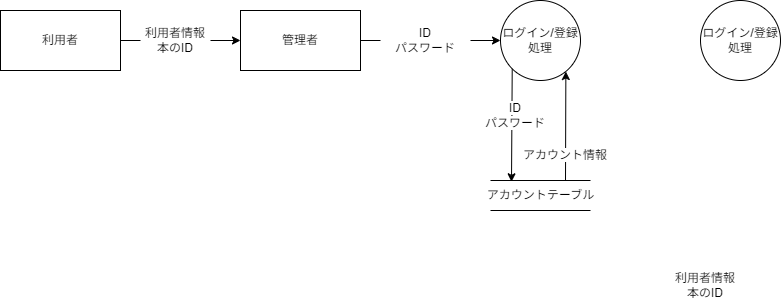
Above: documents/diagrams/DFD_レベル2_検索処理.drawio.png in OMEGA-himajin/book_database (draw.io), before the change. Source tidied: cells renumbered, new cells last; positions are measured from the earlier drawing's top-left corner, leaving out a move shared by most shapes. Its diagram source:
```xml
<mxGraphModel background="#ffffff">
  <root>
    <mxCell id="0" />
    <mxCell id="1" parent="0" />
    <mxCell id="2" style="edgeStyle=none;html=1;entryX=0;entryY=0.5;entryDx=0;entryDy=0;fontColor=#000000;strokeColor=#000000;startArrow=none;" parent="1" edge="1" source="7" target="4">
      <mxGeometry relative="1" as="geometry" />
    </mxCell>
    <mxCell id="3" value="&lt;font color=&quot;#000000&quot;&gt;利用者&lt;/font&gt;" style="rounded=0;whiteSpace=wrap;html=1;fillColor=none;strokeColor=#000000;" parent="1" vertex="1">
      <mxGeometry y="10" width="120" height="60" as="geometry" />
    </mxCell>
    <mxCell id="4" value="&lt;font color=&quot;#000000&quot;&gt;管理者&lt;/font&gt;" style="rounded=0;whiteSpace=wrap;html=1;fillColor=none;strokeColor=#000000;" parent="1" vertex="1">
      <mxGeometry x="240" y="10" width="120" height="60" as="geometry" />
    </mxCell>
    <mxCell id="5" style="edgeStyle=none;html=1;entryX=0;entryY=0.5;entryDx=0;entryDy=0;labelBackgroundColor=none;strokeColor=#000000;fontColor=#000000;endArrow=none;exitX=1;exitY=0.5;exitDx=0;exitDy=0;" parent="1" edge="1" source="4" target="8">
      <mxGeometry relative="1" as="geometry" />
    </mxCell>
    <mxCell id="6" style="edgeStyle=none;html=1;entryX=0;entryY=0.5;entryDx=0;entryDy=0;fontColor=#000000;strokeColor=#000000;endArrow=none;" parent="1" edge="1" source="3" target="7">
      <mxGeometry relative="1" as="geometry" />
    </mxCell>
    <mxCell id="7" value="&lt;font color=&quot;#000000&quot;&gt;利用者情報&lt;br&gt;本のID&lt;br&gt;&lt;/font&gt;" style="text;html=1;strokeColor=none;fillColor=none;align=center;verticalAlign=middle;whiteSpace=wrap;rounded=0;labelBackgroundColor=none;fontColor=#FFFFFF;" parent="1" vertex="1">
      <mxGeometry x="140" y="25" width="70" height="30" as="geometry" />
    </mxCell>
    <mxCell id="8" value="ID&lt;br&gt;パスワード" style="text;html=1;strokeColor=none;fillColor=none;align=center;verticalAlign=middle;whiteSpace=wrap;rounded=0;labelBackgroundColor=none;fontColor=#000000;" parent="1" vertex="1">
      <mxGeometry x="380" y="25" width="90" height="30" as="geometry" />
    </mxCell>
    <mxCell id="9" style="edgeStyle=none;html=1;entryX=0.21;entryY=0.043;entryDx=0;entryDy=0;fontColor=#000000;strokeColor=#000000;exitX=0;exitY=1;exitDx=0;exitDy=0;entryPerimeter=0;" parent="1" edge="1" source="10" target="13">
      <mxGeometry relative="1" as="geometry" />
    </mxCell>
    <mxCell id="10" value="ログイン/登録&lt;br&gt;処理" style="ellipse;whiteSpace=wrap;html=1;labelBackgroundColor=none;fontColor=#000000;fillColor=none;strokeColor=#000000;" parent="1" vertex="1">
      <mxGeometry x="500" width="80" height="80" as="geometry" />
    </mxCell>
    <mxCell id="11" style="edgeStyle=none;html=1;entryX=0;entryY=0.5;entryDx=0;entryDy=0;labelBackgroundColor=none;strokeColor=#000000;fontColor=#000000;startArrow=none;" parent="1" edge="1" source="8" target="10">
      <mxGeometry relative="1" as="geometry" />
    </mxCell>
    <mxCell id="12" style="edgeStyle=none;html=1;exitX=0.75;exitY=0;exitDx=0;exitDy=0;entryX=0.817;entryY=0.888;entryDx=0;entryDy=0;entryPerimeter=0;strokeColor=#000000;fontColor=#000000;" parent="1" edge="1" source="13" target="10">
      <mxGeometry relative="1" as="geometry" />
    </mxCell>
    <mxCell id="13" value="&lt;font color=&quot;#000000&quot;&gt;アカウントテーブル&lt;/font&gt;" style="html=1;dashed=0;whitespace=wrap;shape=partialRectangle;right=0;left=0;fillColor=none;strokeColor=#000000;" parent="1" vertex="1">
      <mxGeometry x="490" y="180" width="100" height="30" as="geometry" />
    </mxCell>
    <mxCell id="14" value="&lt;span style=&quot;background-color: rgb(255, 255, 255);&quot;&gt;ID&lt;br&gt;パスワード&lt;/span&gt;" style="text;html=1;strokeColor=none;fillColor=none;align=center;verticalAlign=middle;whiteSpace=wrap;rounded=0;labelBackgroundColor=none;fontColor=#000000;" parent="1" vertex="1">
      <mxGeometry x="470" y="100" width="90" height="30" as="geometry" />
    </mxCell>
    <mxCell id="15" value="&lt;span style=&quot;background-color: rgb(255, 255, 255);&quot;&gt;アカウント情報&lt;/span&gt;" style="text;html=1;strokeColor=none;fillColor=none;align=center;verticalAlign=middle;whiteSpace=wrap;rounded=0;labelBackgroundColor=none;fontColor=#000000;" parent="1" vertex="1">
      <mxGeometry x="520" y="140" width="90" height="30" as="geometry" />
    </mxCell>
    <mxCell id="16" value="&lt;font color=&quot;#000000&quot;&gt;利用者情報&lt;br&gt;本のID&lt;br&gt;&lt;/font&gt;" style="text;html=1;strokeColor=none;fillColor=none;align=center;verticalAlign=middle;whiteSpace=wrap;rounded=0;labelBackgroundColor=none;fontColor=#FFFFFF;" parent="1" vertex="1">
      <mxGeometry x="670" y="270" width="70" height="30" as="geometry" />
    </mxCell>
    <mxCell id="17" value="ログイン/登録&lt;br&gt;処理" style="ellipse;whiteSpace=wrap;html=1;labelBackgroundColor=none;fontColor=#000000;fillColor=none;strokeColor=#000000;" parent="1" vertex="1">
      <mxGeometry x="700" width="80" height="80" as="geometry" />
    </mxCell>
  </root>
</mxGraphModel>
```
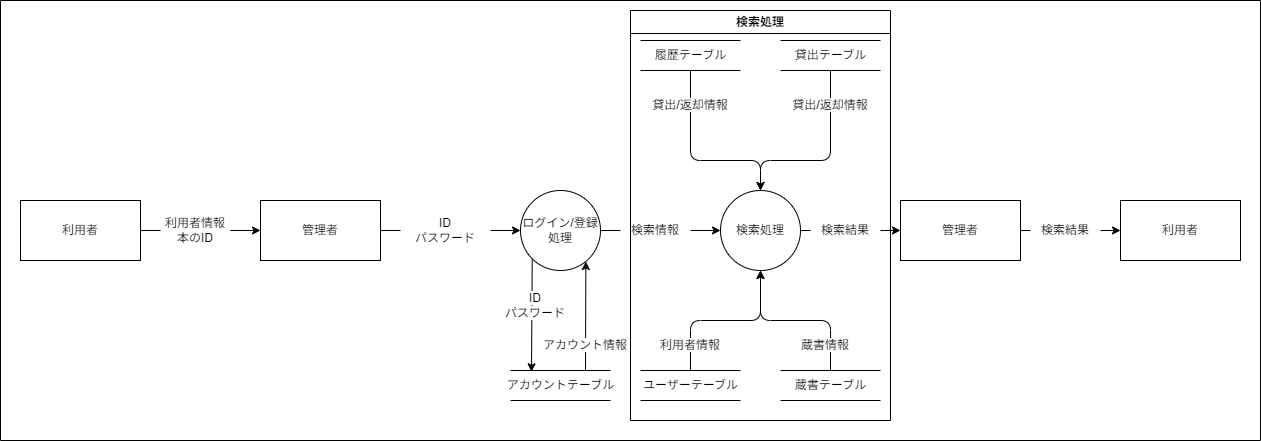
After the change.

What changed in the source:
```diff
@@ -26,6 +26,9 @@
     <mxCell id="9" style="edgeStyle=none;html=1;entryX=0.21;entryY=0.043;entryDx=0;entryDy=0;fontColor=#000000;strokeColor=#000000;exitX=0;exitY=1;exitDx=0;exitDy=0;entryPerimeter=0;" parent="1" edge="1" source="10" target="13">
       <mxGeometry relative="1" as="geometry" />
     </mxCell>
+    <mxCell id="18" style="edgeStyle=none;html=1;entryX=0;entryY=0.5;entryDx=0;entryDy=0;strokeColor=#000000;startArrow=none;" parent="1" edge="1" source="16" target="17">
+      <mxGeometry relative="1" as="geometry" />
+    </mxCell>
     <mxCell id="10" value="ログイン/登録&lt;br&gt;処理" style="ellipse;whiteSpace=wrap;html=1;labelBackgroundColor=none;fontColor=#000000;fillColor=none;strokeColor=#000000;" parent="1" vertex="1">
       <mxGeometry x="500" width="80" height="80" as="geometry" />
     </mxCell>
@@ -44,11 +47,100 @@
     <mxCell id="15" value="&lt;span style=&quot;background-color: rgb(255, 255, 255);&quot;&gt;アカウント情報&lt;/span&gt;" style="text;html=1;strokeColor=none;fillColor=none;align=center;verticalAlign=middle;whiteSpace=wrap;rounded=0;labelBackgroundColor=none;fontColor=#000000;" parent="1" vertex="1">
       <mxGeometry x="520" y="140" width="90" height="30" as="geometry" />
     </mxCell>
+    <mxCell id="19" style="edgeStyle=none;html=1;entryX=0;entryY=0.5;entryDx=0;entryDy=0;strokeColor=#000000;startArrow=none;" parent="1" edge="1" source="36" target="34">
+      <mxGeometry relative="1" as="geometry" />
+    </mxCell>
+    <mxCell id="20" style="edgeStyle=none;html=1;strokeColor=#000000;exitX=0.5;exitY=0;exitDx=0;exitDy=0;" parent="1" edge="1" source="27" target="17">
+      <mxGeometry relative="1" as="geometry">
+        <Array as="points">
+          <mxPoint x="670" y="130" />
+          <mxPoint x="740" y="130" />
+        </Array>
+      </mxGeometry>
+    </mxCell>
+    <mxCell id="21" style="edgeStyle=none;html=1;strokeColor=#000000;exitX=0.5;exitY=0;exitDx=0;exitDy=0;" parent="1" edge="1" source="28" target="17">
+      <mxGeometry relative="1" as="geometry">
+        <Array as="points">
+          <mxPoint x="810" y="130" />
+          <mxPoint x="740" y="130" />
+        </Array>
+      </mxGeometry>
+    </mxCell>
+    <mxCell id="17" value="検索処理" style="ellipse;whiteSpace=wrap;html=1;labelBackgroundColor=none;fontColor=#000000;fillColor=none;strokeColor=#000000;" parent="1" vertex="1">
+      <mxGeometry x="700" width="80" height="80" as="geometry" />
+    </mxCell>
+    <mxCell id="22" style="edgeStyle=none;html=1;entryX=0;entryY=0.5;entryDx=0;entryDy=0;strokeColor=#000000;endArrow=none;" parent="1" edge="1" source="10" target="16">
+      <mxGeometry relative="1" as="geometry" />
+    </mxCell>
-    <mxCell id="16" value="&lt;font color=&quot;#000000&quot;&gt;利用者情報&lt;br&gt;本のID&lt;br&gt;&lt;/font&gt;" style="text;html=1;strokeColor=none;fillColor=none;align=center;verticalAlign=middle;whiteSpace=wrap;rounded=0;labelBackgroundColor=none;fontColor=#FFFFFF;" parent="1" vertex="1">
-      <mxGeometry x="670" y="270" width="70" height="30" as="geometry" />
+    <mxCell id="16" value="&lt;font color=&quot;#000000&quot;&gt;検索情報&lt;br&gt;&lt;/font&gt;" style="text;html=1;strokeColor=none;fillColor=none;align=center;verticalAlign=middle;whiteSpace=wrap;rounded=0;labelBackgroundColor=none;fontColor=#FFFFFF;" parent="1" vertex="1">
+      <mxGeometry x="600" y="25" width="70" height="30" as="geometry" />
     </mxCell>
-    <mxCell id="17" value="ログイン/登録&lt;br&gt;処理" style="ellipse;whiteSpace=wrap;html=1;labelBackgroundColor=none;fontColor=#000000;fillColor=none;strokeColor=#000000;" parent="1" vertex="1">
-      <mxGeometry x="700" width="80" height="80" as="geometry" />
-    </mxCell>
+    <mxCell id="23" style="edgeStyle=none;html=1;entryX=0.5;entryY=0;entryDx=0;entryDy=0;strokeColor=#000000;" parent="1" edge="1" source="24" target="17">
+      <mxGeometry relative="1" as="geometry">
+        <Array as="points">
+          <mxPoint x="670" y="-30" />
+          <mxPoint x="740" y="-30" />
+        </Array>
+      </mxGeometry>
+    </mxCell>
+    <mxCell id="24" value="&lt;font color=&quot;#000000&quot;&gt;履歴テーブル&lt;/font&gt;" style="html=1;dashed=0;whitespace=wrap;shape=partialRectangle;right=0;left=0;fillColor=none;strokeColor=#000000;" parent="1" vertex="1">
+      <mxGeometry x="620" y="-150" width="100" height="30" as="geometry" />
+    </mxCell>
+    <mxCell id="25" style="edgeStyle=none;html=1;entryX=0.5;entryY=0;entryDx=0;entryDy=0;strokeColor=#000000;" parent="1" edge="1" source="26" target="17">
+      <mxGeometry relative="1" as="geometry">
+        <Array as="points">
+          <mxPoint x="810" y="-30" />
+          <mxPoint x="740" y="-30" />
+        </Array>
+      </mxGeometry>
+    </mxCell>
+    <mxCell id="26" value="&lt;font color=&quot;#000000&quot;&gt;貸出テーブル&lt;/font&gt;" style="html=1;dashed=0;whitespace=wrap;shape=partialRectangle;right=0;left=0;fillColor=none;strokeColor=#000000;" parent="1" vertex="1">
+      <mxGeometry x="760" y="-150" width="100" height="30" as="geometry" />
+    </mxCell>
+    <mxCell id="27" value="&lt;font color=&quot;#000000&quot;&gt;ユーザーテーブル&lt;/font&gt;" style="html=1;dashed=0;whitespace=wrap;shape=partialRectangle;right=0;left=0;fillColor=none;strokeColor=#000000;" parent="1" vertex="1">
+      <mxGeometry x="620" y="180" width="100" height="30" as="geometry" />
+    </mxCell>
+    <mxCell id="28" value="&lt;font color=&quot;#000000&quot;&gt;蔵書テーブル&lt;/font&gt;" style="html=1;dashed=0;whitespace=wrap;shape=partialRectangle;right=0;left=0;fillColor=none;strokeColor=#000000;" parent="1" vertex="1">
+      <mxGeometry x="760" y="180" width="100" height="30" as="geometry" />
+    </mxCell>
+    <mxCell id="29" value="&lt;span style=&quot;background-color: rgb(255, 255, 255);&quot;&gt;利用者情報&lt;/span&gt;" style="text;html=1;strokeColor=none;fillColor=none;align=center;verticalAlign=middle;whiteSpace=wrap;rounded=0;labelBackgroundColor=none;fontColor=#000000;" parent="1" vertex="1">
+      <mxGeometry x="625" y="140" width="90" height="30" as="geometry" />
+    </mxCell>
+    <mxCell id="30" value="&lt;span style=&quot;background-color: rgb(255, 255, 255);&quot;&gt;蔵書情報&lt;/span&gt;" style="text;html=1;strokeColor=none;fillColor=none;align=center;verticalAlign=middle;whiteSpace=wrap;rounded=0;labelBackgroundColor=none;fontColor=#000000;" parent="1" vertex="1">
+      <mxGeometry x="760" y="140" width="90" height="30" as="geometry" />
+    </mxCell>
+    <mxCell id="31" value="&lt;span style=&quot;background-color: rgb(255, 255, 255);&quot;&gt;貸出/返却情報&lt;/span&gt;" style="text;html=1;strokeColor=none;fillColor=none;align=center;verticalAlign=middle;whiteSpace=wrap;rounded=0;labelBackgroundColor=none;fontColor=#000000;" parent="1" vertex="1">
+      <mxGeometry x="625" y="-100" width="90" height="30" as="geometry" />
+    </mxCell>
+    <mxCell id="32" value="&lt;span style=&quot;background-color: rgb(255, 255, 255);&quot;&gt;貸出/返却情報&lt;/span&gt;" style="text;html=1;strokeColor=none;fillColor=none;align=center;verticalAlign=middle;whiteSpace=wrap;rounded=0;labelBackgroundColor=none;fontColor=#000000;" parent="1" vertex="1">
+      <mxGeometry x="765" y="-100" width="90" height="30" as="geometry" />
+    </mxCell>
+    <mxCell id="33" style="edgeStyle=none;html=1;entryX=0;entryY=0.5;entryDx=0;entryDy=0;strokeColor=#000000;startArrow=none;" parent="1" edge="1" source="39" target="37">
+      <mxGeometry relative="1" as="geometry" />
+    </mxCell>
+    <mxCell id="34" value="&lt;font color=&quot;#000000&quot;&gt;管理者&lt;/font&gt;" style="rounded=0;whiteSpace=wrap;html=1;fillColor=none;strokeColor=#000000;" parent="1" vertex="1">
+      <mxGeometry x="880" y="10" width="120" height="60" as="geometry" />
+    </mxCell>
+    <mxCell id="35" style="edgeStyle=none;html=1;entryX=0;entryY=0.5;entryDx=0;entryDy=0;strokeColor=#000000;endArrow=none;" parent="1" edge="1" source="17" target="36">
+      <mxGeometry relative="1" as="geometry" />
+    </mxCell>
+    <mxCell id="36" value="&lt;font color=&quot;#000000&quot;&gt;&lt;span style=&quot;background-color: rgb(255, 255, 255);&quot;&gt;検索結果&lt;/span&gt;&lt;br&gt;&lt;/font&gt;" style="text;html=1;strokeColor=none;fillColor=none;align=center;verticalAlign=middle;whiteSpace=wrap;rounded=0;labelBackgroundColor=none;fontColor=#FFFFFF;" parent="1" vertex="1">
+      <mxGeometry x="790" y="25" width="70" height="30" as="geometry" />
+    </mxCell>
+    <mxCell id="37" value="&lt;font color=&quot;#000000&quot;&gt;利用者&lt;/font&gt;" style="rounded=0;whiteSpace=wrap;html=1;fillColor=none;strokeColor=#000000;" parent="1" vertex="1">
+      <mxGeometry x="1100" y="10" width="120" height="60" as="geometry" />
+    </mxCell>
+    <mxCell id="38" style="edgeStyle=none;html=1;entryX=0;entryY=0.5;entryDx=0;entryDy=0;strokeColor=#000000;endArrow=none;" parent="1" edge="1" source="34" target="39">
+      <mxGeometry relative="1" as="geometry" />
+    </mxCell>
+    <mxCell id="39" value="&lt;font color=&quot;#000000&quot;&gt;&lt;span style=&quot;background-color: rgb(255, 255, 255);&quot;&gt;検索結果&lt;/span&gt;&lt;br&gt;&lt;/font&gt;" style="text;html=1;strokeColor=none;fillColor=none;align=center;verticalAlign=middle;whiteSpace=wrap;rounded=0;labelBackgroundColor=none;fontColor=#FFFFFF;" parent="1" vertex="1">
+      <mxGeometry x="1010" y="25" width="70" height="30" as="geometry" />
+    </mxCell>
+    <mxCell id="40" value="&lt;font color=&quot;#000000&quot;&gt;検索処理&lt;/font&gt;" style="swimlane;whiteSpace=wrap;html=1;labelBackgroundColor=#FFFFFF;fillColor=none;strokeColor=#000000;" parent="1" vertex="1">
+      <mxGeometry x="610" y="-180" width="260" height="410" as="geometry" />
+    </mxCell>
+    <mxCell id="41" style="swimlane;startSize=0;labelBackgroundColor=#FFFFFF;strokeColor=#000000;fontColor=#000000;fillColor=none;" parent="1" vertex="1">
+      <mxGeometry x="-20" y="-190" width="1260" height="440" as="geometry" />
+    </mxCell>
   </root>
 </mxGraphModel>
```
